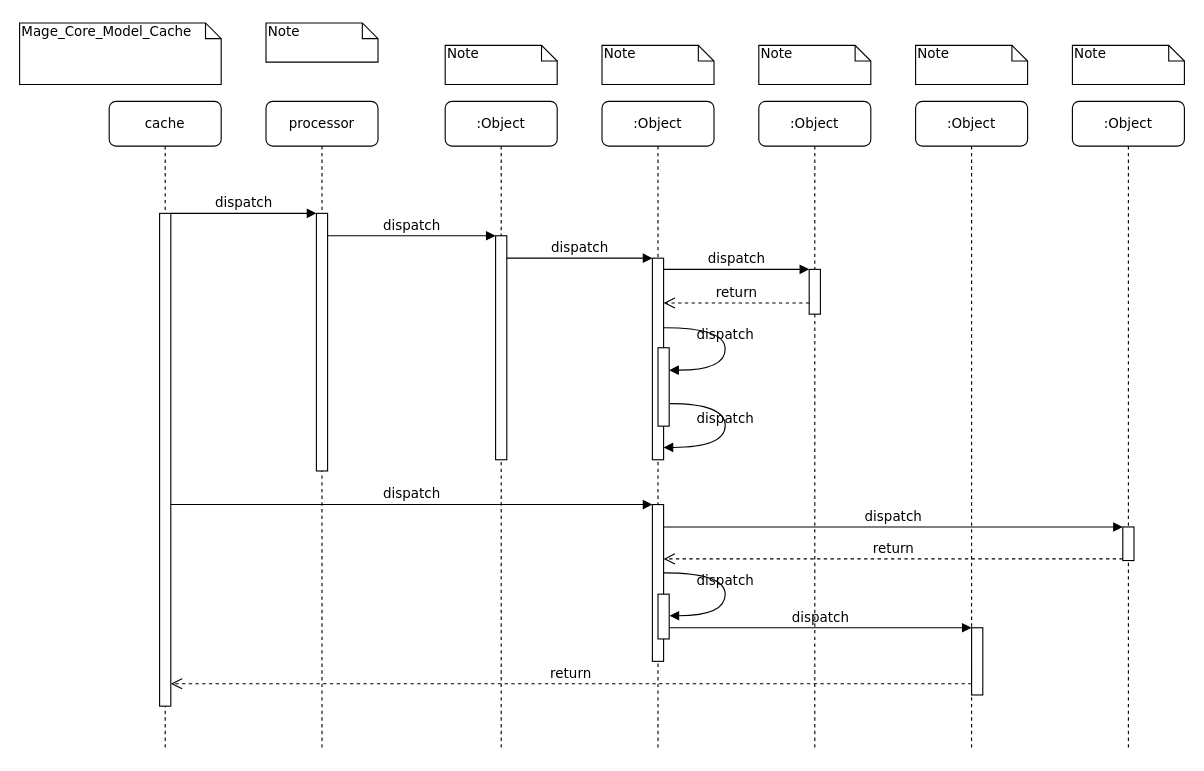
Above: Untitled Diagram.drawio in lei1314lei/UML-Magento1.9-Enterprise (draw.io), before the change. Source tidied: cells renumbered, new cells numbered last; positions are measured from the earlier drawing's top-left corner, leaving out a move shared by most shapes. Both pictures are drawn from the tidied source at 112%, with x=0, y=0 at pixel (19, 22).
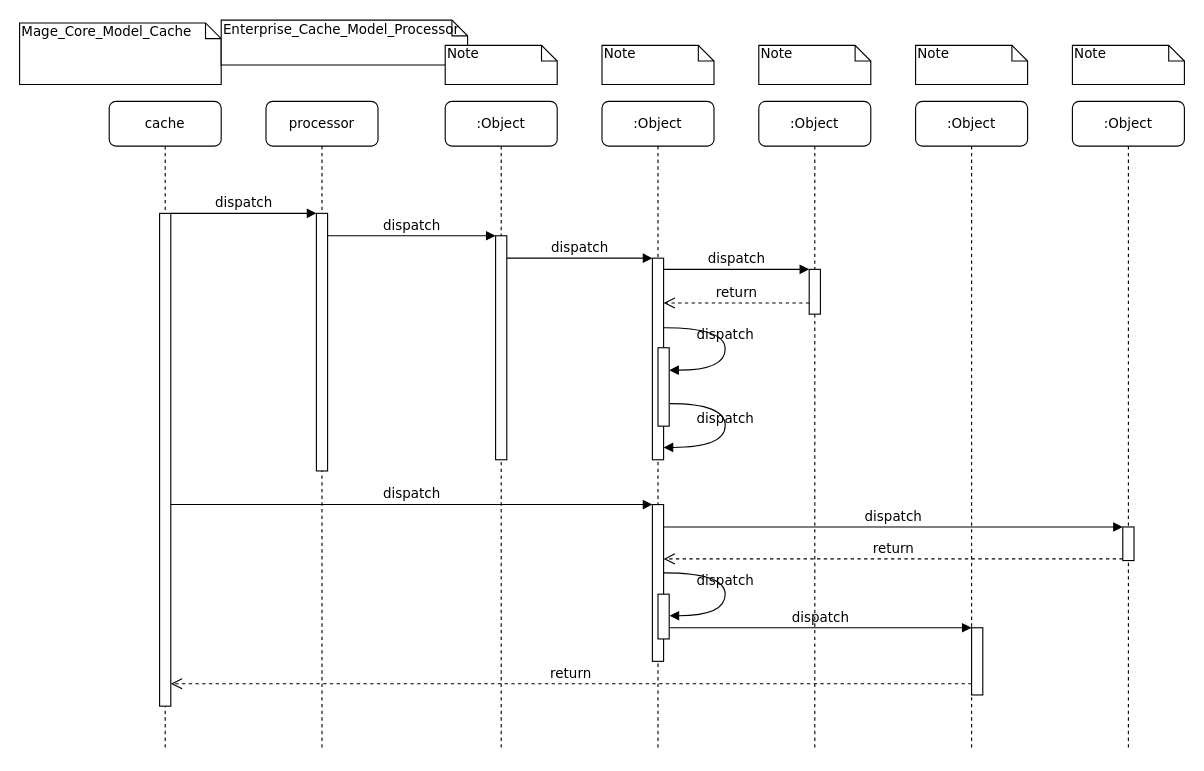
The same page after the edit.

What changed in the source:
```diff
@@
-    <mxCell id="33" value="Note" style="shape=note;whiteSpace=wrap;html=1;size=14;verticalAlign=top;align=left;spacingTop=-6;rounded=0;shadow=0;comic=0;labelBackgroundColor=none;strokeColor=#000000;strokeWidth=1;fillColor=#FFFFFF;fontFamily=Verdana;fontSize=12;fontColor=#000000;" parent="1" vertex="1">
-      <mxGeometry x="220" width="100" height="35" as="geometry" />
+    <mxCell id="33" value="Enterprise_Cache_Model_Processor" style="shape=note;whiteSpace=wrap;html=1;size=14;verticalAlign=top;align=left;spacingTop=-6;rounded=0;shadow=0;comic=0;labelBackgroundColor=none;strokeColor=#000000;strokeWidth=1;fillColor=#FFFFFF;fontFamily=Verdana;fontSize=12;fontColor=#000000;" parent="1" vertex="1">
+      <mxGeometry x="180" y="-2.5" width="220" height="40" as="geometry" />
     </mxCell>
```
